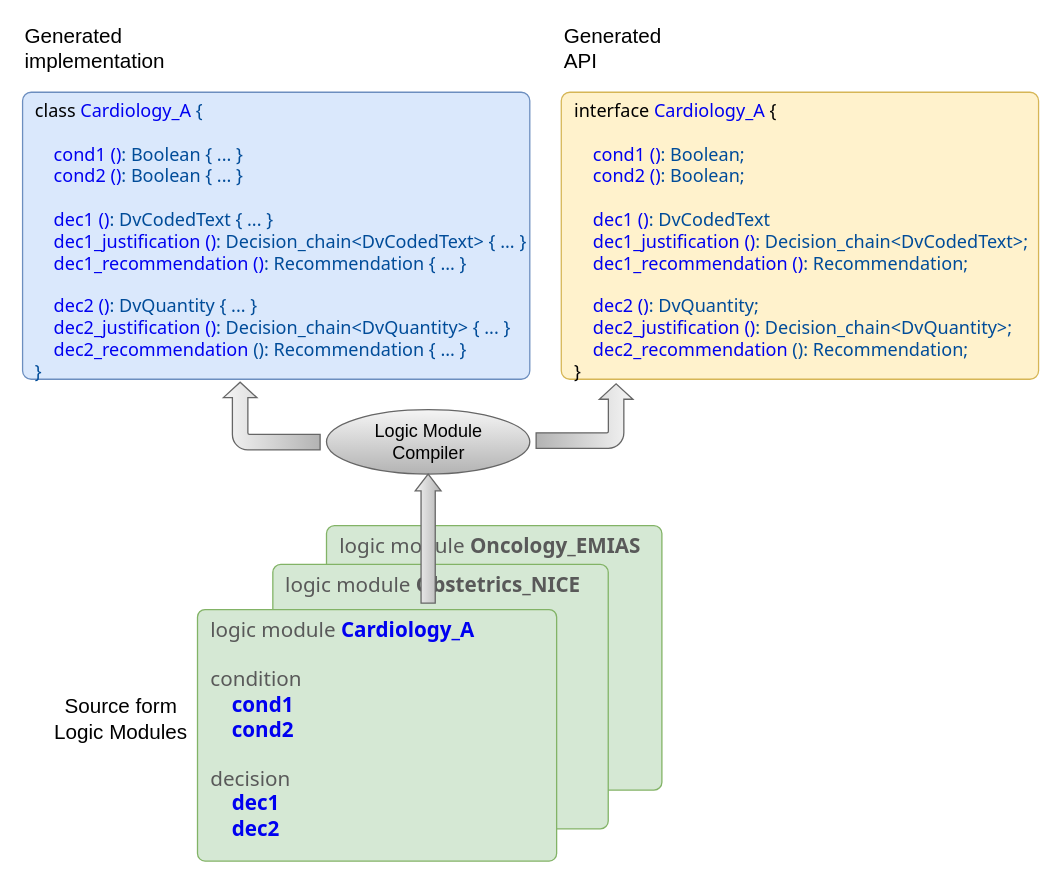
Before: docs/decision_language/diagrams/artefact_scheme.drawio in openEHR/specifications-PROC, a draw.io diagram. Source tidied: cells renumbered, new cells numbered last; positions are measured from the earlier drawing's top-left corner, leaving out a move shared by most shapes. Both pictures are drawn from the tidied source at 129%, with x=0, y=0 at pixel (22, 22).
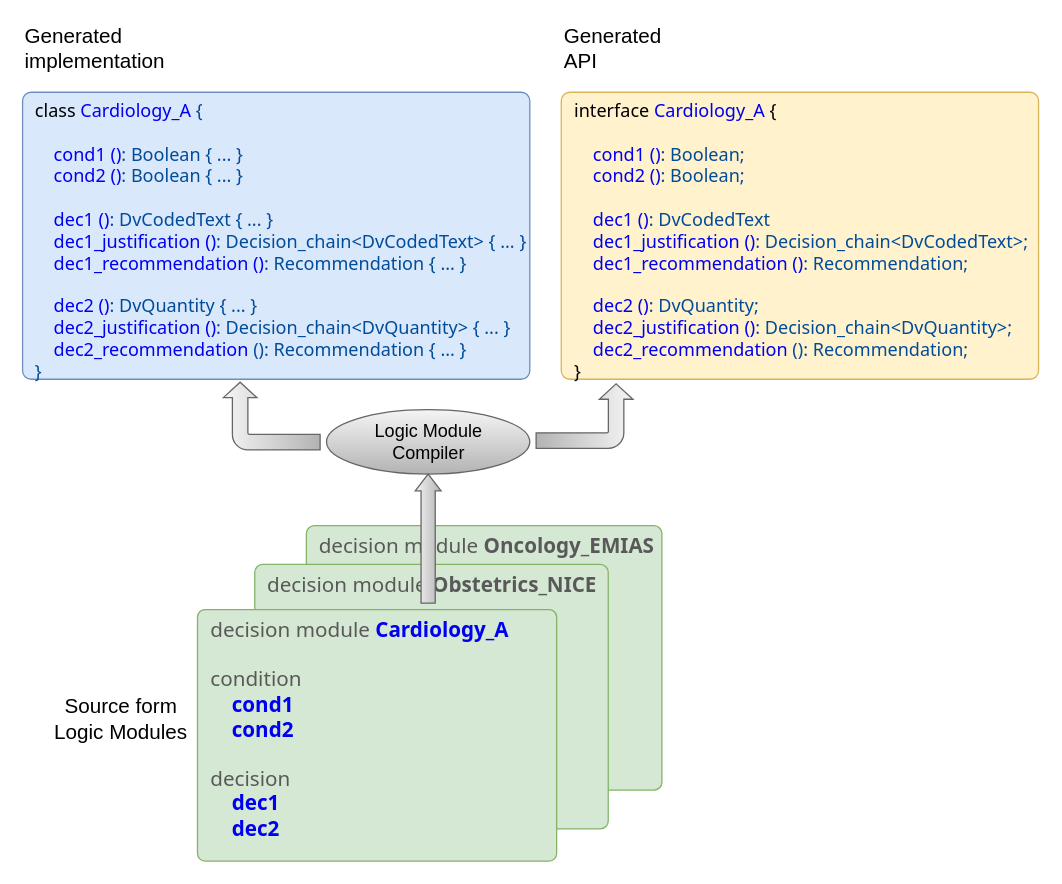
Above is the later version.

Diff of the diagram source:
```diff
@@
 <mxGraphModel>
   <root>
     <mxCell id="0" />
     <mxCell id="1" parent="0" />
-    <mxCell id="2" value="&lt;div style=&quot;text-align: center ; font-size: 16px&quot;&gt;logic module&amp;nbsp;&lt;b style=&quot;font-size: 16px&quot;&gt;&lt;font style=&quot;font-size: 16px&quot;&gt;Oncology_EMIAS&lt;/font&gt;&lt;/b&gt;&lt;/div&gt;&lt;font style=&quot;font-size: 16px&quot;&gt;&lt;div style=&quot;text-align: center ; font-size: 16px&quot;&gt;&lt;span style=&quot;font-size: 16px&quot;&gt;&amp;nbsp; &amp;nbsp; &amp;nbsp; &amp;nbsp; &amp;nbsp;&lt;/span&gt;&lt;span style=&quot;font-size: 16px&quot;&gt;&amp;nbsp; &amp;nbsp; &amp;nbsp; &amp;nbsp;&lt;/span&gt;&lt;/div&gt;&lt;/font&gt;" style="rounded=1;whiteSpace=wrap;html=1;fontSize=16;arcSize=3;verticalAlign=top;fillColor=#d5e8d4;strokeColor=#82b366;align=left;spacingLeft=8;fontFamily=Tahoma;fontColor=#595959;" parent="1" vertex="1">
-      <mxGeometry x="235.6" y="390" width="260" height="205" as="geometry" />
+    <mxCell id="2" value="&lt;div style=&quot;text-align: center ; font-size: 16px&quot;&gt;decision module&amp;nbsp;&lt;b style=&quot;font-size: 16px&quot;&gt;&lt;font style=&quot;font-size: 16px&quot;&gt;Oncology_EMIAS&lt;/font&gt;&lt;/b&gt;&lt;/div&gt;&lt;font style=&quot;font-size: 16px&quot;&gt;&lt;div style=&quot;text-align: center ; font-size: 16px&quot;&gt;&lt;span style=&quot;font-size: 16px&quot;&gt;&amp;nbsp; &amp;nbsp; &amp;nbsp; &amp;nbsp; &amp;nbsp;&lt;/span&gt;&lt;span style=&quot;font-size: 16px&quot;&gt;&amp;nbsp; &amp;nbsp; &amp;nbsp; &amp;nbsp;&lt;/span&gt;&lt;/div&gt;&lt;/font&gt;" style="rounded=1;whiteSpace=wrap;html=1;fontSize=16;arcSize=3;verticalAlign=top;fillColor=#d5e8d4;strokeColor=#82b366;align=left;spacingLeft=8;fontFamily=Tahoma;fontColor=#595959;" parent="1" vertex="1">
+      <mxGeometry x="220" y="390" width="275.6" height="205" as="geometry" />
     </mxCell>
-    <mxCell id="3" value="&lt;div style=&quot;text-align: center ; font-size: 16px&quot;&gt;logic module&amp;nbsp;&lt;b style=&quot;font-size: 16px&quot;&gt;&lt;font style=&quot;font-size: 16px&quot;&gt;Obstetrics_NICE&lt;/font&gt;&lt;/b&gt;&lt;/div&gt;&lt;font style=&quot;font-size: 16px&quot;&gt;&lt;div style=&quot;text-align: center ; font-size: 16px&quot;&gt;&lt;span style=&quot;font-size: 16px&quot;&gt;&amp;nbsp; &amp;nbsp; &amp;nbsp; &amp;nbsp; &amp;nbsp;&lt;/span&gt;&lt;span style=&quot;font-size: 16px&quot;&gt;&amp;nbsp; &amp;nbsp; &amp;nbsp; &amp;nbsp;&lt;/span&gt;&lt;/div&gt;&lt;/font&gt;" style="rounded=1;whiteSpace=wrap;html=1;fontSize=16;arcSize=3;verticalAlign=top;fillColor=#d5e8d4;strokeColor=#82b366;align=left;spacingLeft=8;fontFamily=Tahoma;fontColor=#595959;" parent="1" vertex="1">
-      <mxGeometry x="194" y="420" width="260" height="205" as="geometry" />
+    <mxCell id="3" value="&lt;div style=&quot;text-align: center ; font-size: 16px&quot;&gt;decision module&amp;nbsp;&lt;b style=&quot;font-size: 16px&quot;&gt;&lt;font style=&quot;font-size: 16px&quot;&gt;Obstetrics_NICE&lt;/font&gt;&lt;/b&gt;&lt;/div&gt;&lt;font style=&quot;font-size: 16px&quot;&gt;&lt;div style=&quot;text-align: center ; font-size: 16px&quot;&gt;&lt;span style=&quot;font-size: 16px&quot;&gt;&amp;nbsp; &amp;nbsp; &amp;nbsp; &amp;nbsp; &amp;nbsp;&lt;/span&gt;&lt;span style=&quot;font-size: 16px&quot;&gt;&amp;nbsp; &amp;nbsp; &amp;nbsp; &amp;nbsp;&lt;/span&gt;&lt;/div&gt;&lt;/font&gt;" style="rounded=1;whiteSpace=wrap;html=1;fontSize=16;arcSize=3;verticalAlign=top;fillColor=#d5e8d4;strokeColor=#82b366;align=left;spacingLeft=8;fontFamily=Tahoma;fontColor=#595959;" parent="1" vertex="1">
+      <mxGeometry x="180" y="420" width="274" height="205" as="geometry" />
     </mxCell>
-    <mxCell id="4" value="&lt;div style=&quot;font-size: 16px&quot;&gt;logic module&amp;nbsp;&lt;b style=&quot;font-size: 16px&quot;&gt;&lt;font style=&quot;font-size: 16px&quot; color=&quot;#0000f0&quot;&gt;Cardiology_A&lt;/font&gt;&lt;/b&gt;&lt;/div&gt;&lt;div style=&quot;font-size: 16px&quot;&gt;&lt;b style=&quot;font-size: 16px&quot;&gt;&lt;font style=&quot;font-size: 16px&quot;&gt;&lt;br&gt;&lt;/font&gt;&lt;/b&gt;&lt;/div&gt;&lt;div style=&quot;font-size: 16px&quot;&gt;&lt;span style=&quot;font-size: 16px&quot;&gt;&lt;font style=&quot;font-size: 16px&quot;&gt;condition&lt;/font&gt;&lt;/span&gt;&lt;/div&gt;&lt;div style=&quot;font-size: 16px&quot;&gt;&lt;b style=&quot;font-size: 16px&quot;&gt;&lt;font style=&quot;font-size: 16px&quot;&gt;&amp;nbsp; &amp;nbsp; &lt;font color=&quot;#0000f0&quot;&gt;cond1&lt;/font&gt;&lt;/font&gt;&lt;/b&gt;&lt;/div&gt;&lt;div style=&quot;font-size: 16px&quot;&gt;&lt;b style=&quot;font-size: 16px&quot;&gt;&lt;font style=&quot;font-size: 16px&quot;&gt;&amp;nbsp; &amp;nbsp; &lt;font color=&quot;#0000f0&quot;&gt;cond2&lt;/font&gt;&lt;/font&gt;&lt;/b&gt;&lt;/div&gt;&lt;div style=&quot;font-size: 16px&quot;&gt;&lt;b style=&quot;font-size: 16px&quot;&gt;&lt;font style=&quot;font-size: 16px&quot;&gt;&lt;br&gt;&lt;/font&gt;&lt;/b&gt;&lt;/div&gt;&lt;div style=&quot;font-size: 16px&quot;&gt;&lt;span style=&quot;font-size: 16px&quot;&gt;&lt;font style=&quot;font-size: 16px&quot;&gt;decision&lt;/font&gt;&lt;/span&gt;&lt;/div&gt;&lt;div style=&quot;font-size: 16px&quot;&gt;&lt;b style=&quot;font-size: 16px&quot;&gt;&lt;font style=&quot;font-size: 16px&quot;&gt;&amp;nbsp; &amp;nbsp; &lt;font color=&quot;#0000f0&quot;&gt;dec1&lt;/font&gt;&lt;/font&gt;&lt;/b&gt;&lt;/div&gt;&lt;div style=&quot;font-size: 16px&quot;&gt;&lt;b style=&quot;font-size: 16px&quot;&gt;&lt;font style=&quot;font-size: 16px&quot;&gt;&amp;nbsp; &amp;nbsp; &lt;font color=&quot;#0000f0&quot;&gt;dec2&lt;/font&gt;&lt;/font&gt;&lt;/b&gt;&lt;/div&gt;" style="rounded=1;whiteSpace=wrap;html=1;fontSize=16;arcSize=3;verticalAlign=top;fillColor=#d5e8d4;strokeColor=#82b366;align=left;spacingLeft=8;fontFamily=Tahoma;fontColor=#595959;" parent="1" vertex="1">
+    <mxCell id="4" value="&lt;div style=&quot;font-size: 16px&quot;&gt;decision module&amp;nbsp;&lt;b style=&quot;font-size: 16px&quot;&gt;&lt;font style=&quot;font-size: 16px&quot; color=&quot;#0000f0&quot;&gt;Cardiology_A&lt;/font&gt;&lt;/b&gt;&lt;/div&gt;&lt;div style=&quot;font-size: 16px&quot;&gt;&lt;b style=&quot;font-size: 16px&quot;&gt;&lt;font style=&quot;font-size: 16px&quot;&gt;&lt;br&gt;&lt;/font&gt;&lt;/b&gt;&lt;/div&gt;&lt;div style=&quot;font-size: 16px&quot;&gt;&lt;span style=&quot;font-size: 16px&quot;&gt;&lt;font style=&quot;font-size: 16px&quot;&gt;condition&lt;/font&gt;&lt;/span&gt;&lt;/div&gt;&lt;div style=&quot;font-size: 16px&quot;&gt;&lt;b style=&quot;font-size: 16px&quot;&gt;&lt;font style=&quot;font-size: 16px&quot;&gt;&amp;nbsp; &amp;nbsp; &lt;font color=&quot;#0000f0&quot;&gt;cond1&lt;/font&gt;&lt;/font&gt;&lt;/b&gt;&lt;/div&gt;&lt;div style=&quot;font-size: 16px&quot;&gt;&lt;b style=&quot;font-size: 16px&quot;&gt;&lt;font style=&quot;font-size: 16px&quot;&gt;&amp;nbsp; &amp;nbsp; &lt;font color=&quot;#0000f0&quot;&gt;cond2&lt;/font&gt;&lt;/font&gt;&lt;/b&gt;&lt;/div&gt;&lt;div style=&quot;font-size: 16px&quot;&gt;&lt;b style=&quot;font-size: 16px&quot;&gt;&lt;font style=&quot;font-size: 16px&quot;&gt;&lt;br&gt;&lt;/font&gt;&lt;/b&gt;&lt;/div&gt;&lt;div style=&quot;font-size: 16px&quot;&gt;&lt;span style=&quot;font-size: 16px&quot;&gt;&lt;font style=&quot;font-size: 16px&quot;&gt;decision&lt;/font&gt;&lt;/span&gt;&lt;/div&gt;&lt;div style=&quot;font-size: 16px&quot;&gt;&lt;b style=&quot;font-size: 16px&quot;&gt;&lt;font style=&quot;font-size: 16px&quot;&gt;&amp;nbsp; &amp;nbsp; &lt;font color=&quot;#0000f0&quot;&gt;dec1&lt;/font&gt;&lt;/font&gt;&lt;/b&gt;&lt;/div&gt;&lt;div style=&quot;font-size: 16px&quot;&gt;&lt;b style=&quot;font-size: 16px&quot;&gt;&lt;font style=&quot;font-size: 16px&quot;&gt;&amp;nbsp; &amp;nbsp; &lt;font color=&quot;#0000f0&quot;&gt;dec2&lt;/font&gt;&lt;/font&gt;&lt;/b&gt;&lt;/div&gt;" style="rounded=1;whiteSpace=wrap;html=1;fontSize=16;arcSize=3;verticalAlign=top;fillColor=#d5e8d4;strokeColor=#82b366;align=left;spacingLeft=8;fontFamily=Tahoma;fontColor=#595959;" parent="1" vertex="1">
       <mxGeometry x="135.6" y="455" width="278.4" height="195" as="geometry" />
     </mxCell>
     <mxCell id="5" value="Source form&lt;br&gt;Logic Modules" style="text;html=1;align=center;verticalAlign=middle;fontColor=#000000;fontSize=16;" parent="1" vertex="1">
       <mxGeometry x="15.6" y="520" width="120" height="40" as="geometry" />
     </mxCell>
     <mxCell id="6" value="&lt;div style=&quot;font-size: 14px&quot;&gt;&lt;font color=&quot;#000000&quot;&gt;class&lt;/font&gt;&lt;font color=&quot;#004c99&quot;&gt;&amp;nbsp;&lt;/font&gt;&lt;span style=&quot;font-size: 14px&quot;&gt;&lt;font style=&quot;font-size: 14px&quot;&gt;&lt;font color=&quot;#0000f0&quot;&gt;Cardiology_A&lt;/font&gt;&lt;font color=&quot;#004c99&quot;&gt; {&lt;/font&gt;&lt;/font&gt;&lt;/span&gt;&lt;/div&gt;&lt;div style=&quot;font-size: 14px&quot;&gt;&lt;span style=&quot;font-size: 14px&quot;&gt;&lt;font style=&quot;font-size: 14px&quot; color=&quot;#004c99&quot;&gt;&lt;br style=&quot;font-size: 14px&quot;&gt;&lt;/font&gt;&lt;/span&gt;&lt;/div&gt;&lt;div style=&quot;font-size: 14px&quot;&gt;&lt;span style=&quot;font-size: 14px&quot;&gt;&lt;font color=&quot;#004c99&quot;&gt;&amp;nbsp; &amp;nbsp; &lt;/font&gt;&lt;font color=&quot;#0000f0&quot;&gt;cond1 ()&lt;/font&gt;&lt;font color=&quot;#004c99&quot;&gt;: Boolean { ... }&lt;/font&gt;&lt;/span&gt;&lt;br style=&quot;font-size: 14px&quot;&gt;&lt;/div&gt;&lt;div style=&quot;font-size: 14px&quot;&gt;&lt;span style=&quot;font-size: 14px&quot;&gt;&lt;font style=&quot;font-size: 14px&quot;&gt;&lt;font color=&quot;#004c99&quot;&gt;&amp;nbsp; &amp;nbsp; &lt;/font&gt;&lt;font color=&quot;#0000f0&quot;&gt;cond2 ()&lt;/font&gt;&lt;font color=&quot;#004c99&quot;&gt;: Boolean&lt;/font&gt;&lt;/font&gt;&lt;/span&gt;&lt;span style=&quot;color: rgb(0 , 76 , 153)&quot;&gt;&amp;nbsp;{ ... }&lt;/span&gt;&lt;/div&gt;&lt;div style=&quot;font-size: 14px&quot;&gt;&lt;span style=&quot;font-size: 14px&quot;&gt;&lt;font style=&quot;font-size: 14px&quot; color=&quot;#004c99&quot;&gt;&lt;br style=&quot;font-size: 14px&quot;&gt;&lt;/font&gt;&lt;/span&gt;&lt;/div&gt;&lt;div style=&quot;font-size: 14px&quot;&gt;&lt;span style=&quot;font-size: 14px&quot;&gt;&lt;font color=&quot;#004c99&quot;&gt;&amp;nbsp; &amp;nbsp; &lt;/font&gt;&lt;font color=&quot;#0000f0&quot;&gt;dec1 ()&lt;/font&gt;&lt;font color=&quot;#004c99&quot;&gt;: DvCodedText { ... }&lt;/font&gt;&lt;/span&gt;&lt;br style=&quot;font-size: 14px&quot;&gt;&lt;/div&gt;&lt;div style=&quot;font-size: 14px&quot;&gt;&lt;div&gt;&lt;font color=&quot;#004c99&quot;&gt;&amp;nbsp; &amp;nbsp;&amp;nbsp;&lt;/font&gt;&lt;font color=&quot;#0000f0&quot;&gt;dec1_justification ()&lt;/font&gt;&lt;font color=&quot;#004c99&quot;&gt;: Decision_chain&amp;lt;DvCodedText&amp;gt; { ... }&lt;/font&gt;&lt;/div&gt;&lt;/div&gt;&lt;div style=&quot;font-size: 14px&quot;&gt;&lt;span style=&quot;font-size: 14px&quot;&gt;&lt;font color=&quot;#004c99&quot;&gt;&amp;nbsp; &amp;nbsp; &lt;/font&gt;&lt;font color=&quot;#0000f0&quot;&gt;dec1_recommendation ()&lt;/font&gt;&lt;font color=&quot;#004c99&quot;&gt;: Recommendation { ... }&lt;/font&gt;&lt;/span&gt;&lt;/div&gt;&lt;div style=&quot;font-size: 14px&quot;&gt;&lt;span style=&quot;font-size: 14px&quot;&gt;&lt;font color=&quot;#004c99&quot;&gt;&lt;br&gt;&lt;/font&gt;&lt;/span&gt;&lt;/div&gt;&lt;div style=&quot;font-size: 14px&quot;&gt;&lt;span style=&quot;font-size: 14px&quot;&gt;&lt;font style=&quot;font-size: 14px&quot; color=&quot;#004c99&quot;&gt;&amp;nbsp; &amp;nbsp; &lt;/font&gt;&lt;font style=&quot;font-size: 14px&quot; color=&quot;#0000f0&quot;&gt;dec2 ()&lt;/font&gt;&lt;font style=&quot;font-size: 14px&quot; color=&quot;#004c99&quot;&gt;: DvQuantity&amp;nbsp;&lt;/font&gt;&lt;font style=&quot;font-size: 14px&quot; color=&quot;#004c99&quot;&gt;{ ... }&lt;/font&gt;&lt;/span&gt;&lt;/div&gt;&lt;div style=&quot;font-size: 14px&quot;&gt;&lt;div&gt;&lt;font color=&quot;#004c99&quot;&gt;&amp;nbsp; &amp;nbsp;&amp;nbsp;&lt;/font&gt;&lt;font color=&quot;#0000f0&quot;&gt;dec2_justification ()&lt;/font&gt;&lt;font color=&quot;#004c99&quot;&gt;: Decision_chain&amp;lt;DvQuantity&amp;gt; { ... }&lt;/font&gt;&lt;/div&gt;&lt;/div&gt;&lt;div style=&quot;font-size: 14px&quot;&gt;&lt;div&gt;&lt;font color=&quot;#004c99&quot;&gt;&amp;nbsp; &amp;nbsp; &lt;/font&gt;&lt;font color=&quot;#0000f0&quot;&gt;dec2_recommendation&lt;/font&gt;&lt;font color=&quot;#004c99&quot;&gt; (): Recommendation { ... }&lt;/font&gt;&lt;/div&gt;&lt;div&gt;&lt;font color=&quot;#004c99&quot;&gt;}&lt;/font&gt;&lt;/div&gt;&lt;/div&gt;" style="rounded=1;whiteSpace=wrap;html=1;fontSize=14;arcSize=3;verticalAlign=top;fillColor=#dae8fc;strokeColor=#6c8ebf;align=left;spacingLeft=8;fontFamily=Tahoma;fontStyle=0;" parent="1" vertex="1">
       <mxGeometry y="54" width="393.2" height="222.5" as="geometry" />
     </mxCell>
     <mxCell id="7" value="&lt;div style=&quot;font-size: 14px&quot;&gt;&lt;font color=&quot;#000000&quot;&gt;interface&lt;/font&gt;&lt;font color=&quot;#004c99&quot;&gt;&amp;nbsp;&lt;/font&gt;&lt;span style=&quot;font-size: 14px&quot;&gt;&lt;font style=&quot;font-size: 14px&quot;&gt;&lt;font color=&quot;#0000f0&quot;&gt;Cardiology_A&lt;/font&gt;&lt;font color=&quot;#004c99&quot;&gt; &lt;/font&gt;{&lt;/font&gt;&lt;/span&gt;&lt;/div&gt;&lt;div style=&quot;font-size: 14px&quot;&gt;&lt;span style=&quot;font-size: 14px&quot;&gt;&lt;font style=&quot;font-size: 14px&quot; color=&quot;#004c99&quot;&gt;&lt;br style=&quot;font-size: 14px&quot;&gt;&lt;/font&gt;&lt;/span&gt;&lt;/div&gt;&lt;div style=&quot;font-size: 14px&quot;&gt;&lt;span style=&quot;font-size: 14px&quot;&gt;&lt;font color=&quot;#004c99&quot;&gt;&amp;nbsp; &amp;nbsp; &lt;/font&gt;&lt;font color=&quot;#0000f0&quot;&gt;cond1 ()&lt;/font&gt;&lt;font color=&quot;#004c99&quot;&gt;: Boolean;&lt;/font&gt;&lt;/span&gt;&lt;br style=&quot;font-size: 14px&quot;&gt;&lt;/div&gt;&lt;div style=&quot;font-size: 14px&quot;&gt;&lt;span style=&quot;font-size: 14px&quot;&gt;&lt;font style=&quot;font-size: 14px&quot;&gt;&lt;font color=&quot;#004c99&quot;&gt;&amp;nbsp; &amp;nbsp; &lt;/font&gt;&lt;font color=&quot;#0000f0&quot;&gt;cond2 ()&lt;/font&gt;&lt;font color=&quot;#004c99&quot;&gt;: Boolean;&lt;/font&gt;&lt;/font&gt;&lt;/span&gt;&lt;/div&gt;&lt;div style=&quot;font-size: 14px&quot;&gt;&lt;span style=&quot;font-size: 14px&quot;&gt;&lt;font style=&quot;font-size: 14px&quot; color=&quot;#004c99&quot;&gt;&lt;br style=&quot;font-size: 14px&quot;&gt;&lt;/font&gt;&lt;/span&gt;&lt;/div&gt;&lt;div style=&quot;font-size: 14px&quot;&gt;&lt;span style=&quot;font-size: 14px&quot;&gt;&lt;font color=&quot;#004c99&quot;&gt;&amp;nbsp; &amp;nbsp; &lt;/font&gt;&lt;font color=&quot;#0000f0&quot;&gt;dec1 ()&lt;/font&gt;&lt;font color=&quot;#004c99&quot;&gt;: DvCodedText&lt;/font&gt;&lt;/span&gt;&lt;br style=&quot;font-size: 14px&quot;&gt;&lt;/div&gt;&lt;div style=&quot;font-size: 14px&quot;&gt;&lt;div&gt;&lt;font color=&quot;#004c99&quot;&gt;&amp;nbsp; &amp;nbsp;&amp;nbsp;&lt;/font&gt;&lt;font color=&quot;#0000f0&quot;&gt;dec1_justification ()&lt;/font&gt;&lt;font color=&quot;#004c99&quot;&gt;: Decision_chain&amp;lt;DvCodedText&amp;gt;;&lt;/font&gt;&lt;/div&gt;&lt;/div&gt;&lt;div style=&quot;font-size: 14px&quot;&gt;&lt;span style=&quot;font-size: 14px&quot;&gt;&lt;font color=&quot;#004c99&quot;&gt;&amp;nbsp; &amp;nbsp; &lt;/font&gt;&lt;font color=&quot;#0000f0&quot;&gt;dec1_recommendation ()&lt;/font&gt;&lt;font color=&quot;#004c99&quot;&gt;: Recommendation;&lt;/font&gt;&lt;/span&gt;&lt;/div&gt;&lt;div style=&quot;font-size: 14px&quot;&gt;&lt;span style=&quot;font-size: 14px&quot;&gt;&lt;font color=&quot;#004c99&quot;&gt;&lt;br&gt;&lt;/font&gt;&lt;/span&gt;&lt;/div&gt;&lt;div style=&quot;font-size: 14px&quot;&gt;&lt;span style=&quot;font-size: 14px&quot;&gt;&lt;font style=&quot;font-size: 14px&quot; color=&quot;#004c99&quot;&gt;&amp;nbsp; &amp;nbsp; &lt;/font&gt;&lt;font style=&quot;font-size: 14px&quot; color=&quot;#0000f0&quot;&gt;dec2 ()&lt;/font&gt;&lt;font style=&quot;font-size: 14px&quot; color=&quot;#004c99&quot;&gt;: DvQuantity;&lt;/font&gt;&lt;/span&gt;&lt;/div&gt;&lt;div style=&quot;font-size: 14px&quot;&gt;&lt;div&gt;&lt;font color=&quot;#004c99&quot;&gt;&amp;nbsp; &amp;nbsp;&amp;nbsp;&lt;/font&gt;&lt;font color=&quot;#0000f0&quot;&gt;dec2_justification ()&lt;/font&gt;&lt;font color=&quot;#004c99&quot;&gt;: Decision_chain&amp;lt;DvQuantity&amp;gt;;&lt;/font&gt;&lt;/div&gt;&lt;/div&gt;&lt;div style=&quot;font-size: 14px&quot;&gt;&lt;div&gt;&lt;font color=&quot;#004c99&quot;&gt;&amp;nbsp; &amp;nbsp; &lt;/font&gt;&lt;font color=&quot;#0000f0&quot;&gt;dec2_recommendation&lt;/font&gt;&lt;font color=&quot;#004c99&quot;&gt; (): Recommendation;&lt;/font&gt;&lt;/div&gt;&lt;div&gt;}&lt;/div&gt;&lt;/div&gt;" style="rounded=1;whiteSpace=wrap;html=1;fontSize=14;arcSize=3;verticalAlign=top;fillColor=#fff2cc;strokeColor=#d6b656;align=left;spacingLeft=8;fontFamily=Tahoma;fontStyle=0;" parent="1" vertex="1">
       <mxGeometry x="417.6" y="54" width="370" height="222.5" as="geometry" />
     </mxCell>
     <mxCell id="8" value="Logic Module&lt;br&gt;Compiler" style="ellipse;whiteSpace=wrap;html=1;fontSize=14;gradientColor=#b3b3b3;fillColor=#f5f5f5;strokeColor=#666666;" parent="1" vertex="1">
       <mxGeometry x="235.6" y="300" width="157.6" height="50" as="geometry" />
     </mxCell>
     <mxCell id="9" style="html=1;shadow=0;dashed=0;align=center;verticalAlign=middle;shape=mxgraph.arrows2.arrow;dy=0.45;dx=13;direction=north;notch=0;fontSize=14;fillColor=#f5f5f5;strokeColor=#666666;gradientColor=#b3b3b3;" parent="1" vertex="1">
       <mxGeometry x="304.4" y="350" width="20" height="100" as="geometry" />
     </mxCell>
     <mxCell id="10" style="html=1;shadow=0;dashed=0;align=center;verticalAlign=middle;shape=mxgraph.arrows2.bendArrow;dy=6;dx=12;notch=0;arrowHead=26;rounded=1;fontSize=14;rotation=-90;gradientColor=#b3b3b3;fillColor=#f5f5f5;strokeColor=#666666;" parent="1" vertex="1">
       <mxGeometry x="166.9" y="267.5" width="52.5" height="75" as="geometry" />
     </mxCell>
     <mxCell id="11" style="html=1;shadow=0;dashed=0;align=center;verticalAlign=middle;shape=mxgraph.arrows2.bendArrow;dy=6;dx=12;notch=0;arrowHead=26;rounded=1;fontSize=14;rotation=-90;gradientColor=#b3b3b3;fillColor=#f5f5f5;strokeColor=#666666;flipH=0;flipV=1;" parent="1" vertex="1">
       <mxGeometry x="410.6" y="267.5" width="50" height="75" as="geometry" />
     </mxCell>
     <mxCell id="12" value="Generated&lt;br&gt;implementation" style="text;html=1;align=left;verticalAlign=middle;fontColor=#000000;fontSize=16;" parent="1" vertex="1">
       <mxGeometry width="120" height="40" as="geometry" />
     </mxCell>
     <mxCell id="13" value="Generated&lt;br&gt;API" style="text;html=1;align=left;verticalAlign=middle;fontColor=#000000;fontSize=16;" parent="1" vertex="1">
       <mxGeometry x="417.6" width="90" height="40" as="geometry" />
     </mxCell>
   </root>
 </mxGraphModel>
```
